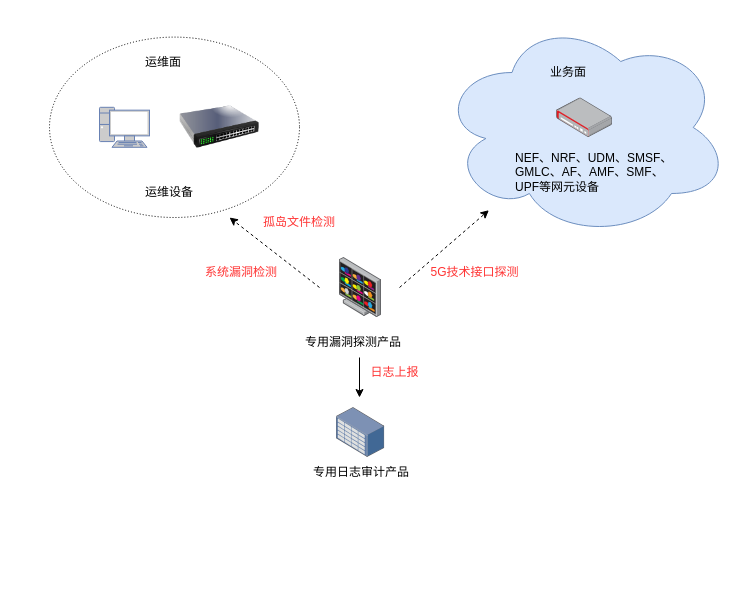
This is zerotrust.drawio from baibaip/diagrams, a draw.io file, before an edit. Source tidied: cells renumbered, new cells numbered last; positions are measured from the earlier drawing's top-left corner, leaving out a move shared by most shapes. Both pictures are drawn from the tidied source at 100%, with x=0, y=0 at pixel (49, 17). Pictures stored in the file or linked from it are replaced by grey dashed boxes.
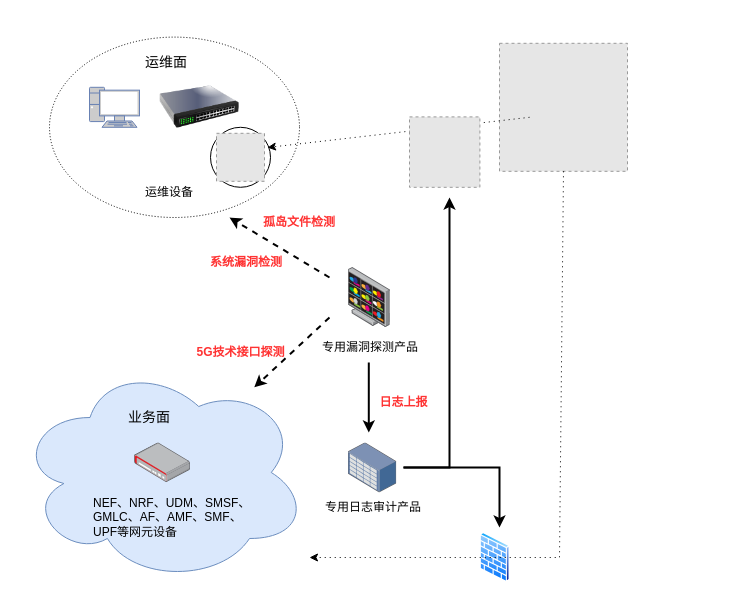
Above is the later version.

Change to the diagram source:
```diff
@@
     <mxCell id="2" style="ellipse;shape=cloud;whiteSpace=wrap;html=1;fillColor=#dae8fc;strokeColor=#6c8ebf;" parent="1" vertex="1">
-      <mxGeometry x="390" width="290" height="220" as="geometry" />
+      <mxGeometry x="-32" y="345" width="290" height="220" as="geometry" />
     </mxCell>
     <mxCell id="3" style="image;html=1;align=center;shadow=0;dashed=0;image=img/lib/allied_telesis/security/Router_VPN.svg;" parent="1" vertex="1">
-      <mxGeometry x="507.1" y="80.4" width="55.8" height="39.6" as="geometry" />
+      <mxGeometry x="85.1" y="425.4" width="55.8" height="39.6" as="geometry" />
     </mxCell>
     <mxCell id="4" value="NEF、NRF、UDM、SMSF、GMLC、AF、AMF、SMF、UPF等网元设备" style="text;strokeColor=none;fillColor=none;align=left;verticalAlign=middle;spacingLeft=4;spacingRight=4;overflow=hidden;whiteSpace=wrap;html=1;" parent="1" vertex="1">
-      <mxGeometry x="460" y="130" width="170" height="50" as="geometry" />
+      <mxGeometry x="38" y="475" width="170" height="50" as="geometry" />
     </mxCell>
@@
     <mxCell id="6" style="fontColor=#0066CC;verticalAlign=top;verticalLabelPosition=bottom;labelPosition=center;align=center;html=1;fillColor=#CCCCCC;strokeColor=#6881B3;gradientColor=none;gradientDirection=north;strokeWidth=2;shape=mxgraph.networks.pc;" parent="1" vertex="1">
-      <mxGeometry x="50" y="89.8" width="50" height="40" as="geometry" />
+      <mxGeometry x="40" y="69.8" width="50" height="40" as="geometry" />
     </mxCell>
     <mxCell id="7" style="image;html=1;image=img/lib/clip_art/networking/Switch_128x128.png;" parent="1" vertex="1">
-      <mxGeometry x="130" y="69.8" width="80" height="80" as="geometry" />
+      <mxGeometry x="110" y="49.8" width="80" height="80" as="geometry" />
     </mxCell>
@@
-    <mxCell id="9" value="运维面" style="text;strokeColor=none;fillColor=none;align=left;verticalAlign=middle;spacingLeft=4;spacingRight=4;overflow=hidden;whiteSpace=wrap;html=1;" parent="1" vertex="1">
+    <mxCell id="9" value="&lt;font style=&quot;font-size: 14px;&quot;&gt;运维面&lt;/font&gt;" style="text;strokeColor=none;fillColor=none;align=left;verticalAlign=middle;spacingLeft=4;spacingRight=4;overflow=hidden;whiteSpace=wrap;html=1;" parent="1" vertex="1">
       <mxGeometry x="90" y="30" width="80" height="30" as="geometry" />
     </mxCell>
-    <mxCell id="10" value="业务面" style="text;strokeColor=none;fillColor=none;align=left;verticalAlign=middle;spacingLeft=4;spacingRight=4;overflow=hidden;whiteSpace=wrap;html=1;" parent="1" vertex="1">
-      <mxGeometry x="495" y="39.8" width="80" height="30" as="geometry" />
+    <mxCell id="10" value="&lt;font style=&quot;font-size: 14px;&quot;&gt;业务面&lt;/font&gt;" style="text;strokeColor=none;fillColor=none;align=left;verticalAlign=middle;spacingLeft=4;spacingRight=4;overflow=hidden;whiteSpace=wrap;html=1;" parent="1" vertex="1">
+      <mxGeometry x="73" y="384.8" width="80" height="30" as="geometry" />
     </mxCell>
     <mxCell id="11" style="image;html=1;align=center;shadow=0;dashed=0;image=img/lib/allied_telesis/security/DVS_Surveillance_Monitor.svg;" parent="1" vertex="1">
-      <mxGeometry x="290" y="240" width="42" height="60" as="geometry" />
+      <mxGeometry x="298.8" y="250" width="42" height="60" as="geometry" />
     </mxCell>
     <mxCell id="12" value="专用漏洞探测产品" style="text;strokeColor=none;fillColor=none;align=left;verticalAlign=middle;spacingLeft=4;spacingRight=4;overflow=hidden;whiteSpace=wrap;html=1;" parent="1" vertex="1">
-      <mxGeometry x="250" y="310" width="106" height="30" as="geometry" />
+      <mxGeometry x="266.8" y="315" width="106" height="30" as="geometry" />
     </mxCell>
-    <mxCell id="13" style="endArrow=classic;html=1;rounded=0;dashed=1;" parent="1" edge="1" target="2">
-      <mxGeometry relative="1" as="geometry">
-        <mxPoint x="350" y="270" as="sourcePoint" />
-      </mxGeometry>
-    </mxCell>
-    <mxCell id="14" style="endArrow=classic;html=1;rounded=0;dashed=1;" parent="1" edge="1">
+    <mxCell id="14" style="endArrow=classic;html=1;rounded=0;dashed=1;strokeWidth=2;" parent="1" edge="1">
       <mxGeometry relative="1" as="geometry">
-        <mxPoint x="270" y="270" as="sourcePoint" />
+        <mxPoint x="280" y="260" as="sourcePoint" />
         <mxPoint x="180" y="200" as="targetPoint" />
       </mxGeometry>
     </mxCell>
-    <mxCell id="15" style="endArrow=classic;html=1;rounded=0;" parent="1" edge="1">
+    <mxCell id="15" style="endArrow=classic;html=1;rounded=0;strokeWidth=2;" parent="1" edge="1">
       <mxGeometry relative="1" as="geometry">
-        <mxPoint x="310" y="340" as="sourcePoint" />
-        <mxPoint x="310" y="380" as="targetPoint" />
+        <mxPoint x="319.3" y="345" as="sourcePoint" />
+        <mxPoint x="319.3" y="415" as="targetPoint" />
       </mxGeometry>
     </mxCell>
     <mxCell id="16" style="image;html=1;align=center;shadow=0;dashed=0;image=img/lib/allied_telesis/storage/Datacenter_Server_Storage_Unit_Large.svg;" parent="1" vertex="1">
-      <mxGeometry x="286.8" y="390" width="48.5" height="50" as="geometry" />
+      <mxGeometry x="298.8" y="425.4" width="48.5" height="50" as="geometry" />
     </mxCell>
     <mxCell id="17" value="专用日志审计产品" style="text;strokeColor=none;fillColor=none;align=left;verticalAlign=middle;spacingLeft=4;spacingRight=4;overflow=hidden;whiteSpace=wrap;html=1;" parent="1" vertex="1">
-      <mxGeometry x="258" y="440" width="106" height="30" as="geometry" />
+      <mxGeometry x="270" y="475.4" width="106" height="30" as="geometry" />
     </mxCell>
-    <mxCell id="18" value="&lt;font color=&quot;#ff3333&quot;&gt;孤岛文件检测&lt;/font&gt;" style="text;strokeColor=none;fillColor=none;align=left;verticalAlign=middle;spacingLeft=4;spacingRight=4;overflow=hidden;whiteSpace=wrap;html=1;" parent="1" vertex="1">
+    <mxCell id="18" value="&lt;font color=&quot;#ff3333&quot;&gt;孤岛文件检测&lt;/font&gt;" style="text;strokeColor=none;fillColor=none;align=left;verticalAlign=middle;spacingLeft=4;spacingRight=4;overflow=hidden;whiteSpace=wrap;html=1;fontStyle=1;" parent="1" vertex="1">
       <mxGeometry x="208" y="190" width="82" height="30" as="geometry" />
     </mxCell>
-    <mxCell id="19" value="&lt;font color=&quot;#ff3333&quot;&gt;系统漏洞检测&lt;/font&gt;" style="text;strokeColor=none;fillColor=none;align=left;verticalAlign=middle;spacingLeft=4;spacingRight=4;overflow=hidden;whiteSpace=wrap;html=1;" parent="1" vertex="1">
-      <mxGeometry x="150" y="240" width="82" height="30" as="geometry" />
+    <mxCell id="19" value="&lt;font color=&quot;#ff3333&quot;&gt;系统漏洞检测&lt;/font&gt;" style="text;strokeColor=none;fillColor=none;align=left;verticalAlign=middle;spacingLeft=4;spacingRight=4;overflow=hidden;whiteSpace=wrap;html=1;fontStyle=1;" parent="1" vertex="1">
+      <mxGeometry x="155" y="230" width="82" height="30" as="geometry" />
     </mxCell>
-    <mxCell id="20" value="&lt;font color=&quot;#ff3333&quot;&gt;5G技术接口探测&lt;/font&gt;" style="text;html=1;align=center;verticalAlign=middle;strokeColor=none;fillColor=none;" parent="1" vertex="1">
-      <mxGeometry x="370" y="240" width="110" height="30" as="geometry" />
+    <mxCell id="20" value="&lt;font color=&quot;#ff3333&quot;&gt;5G技术接口探测&lt;/font&gt;" style="text;html=1;align=center;verticalAlign=middle;strokeColor=none;fillColor=none;fontStyle=1;" parent="1" vertex="1">
+      <mxGeometry x="136" y="320" width="110" height="30" as="geometry" />
     </mxCell>
-    <mxCell id="21" value="&lt;font color=&quot;#ff3333&quot;&gt;日志上报&lt;/font&gt;" style="text;html=1;align=center;verticalAlign=middle;strokeColor=none;fillColor=none;" parent="1" vertex="1">
-      <mxGeometry x="310" y="340" width="70" height="30" as="geometry" />
+    <mxCell id="21" value="&lt;font color=&quot;#ff3333&quot;&gt;日志上报&lt;/font&gt;" style="text;html=1;align=center;verticalAlign=middle;strokeColor=none;fillColor=none;fontStyle=1;" parent="1" vertex="1">
+      <mxGeometry x="319" y="370" width="70" height="30" as="geometry" />
     </mxCell>
+    <mxCell id="22" style="endArrow=classic;html=1;rounded=0;dashed=1;strokeWidth=2;" parent="1" edge="1" target="2">
+      <mxGeometry relative="1" as="geometry">
+        <mxPoint x="280" y="300" as="sourcePoint" />
+      </mxGeometry>
+    </mxCell>
+    <mxCell id="23" style="ellipse;whiteSpace=wrap;html=1;" parent="1" vertex="1">
+      <mxGeometry x="161" y="109.8" width="60" height="60" as="geometry" />
+    </mxCell>
+    <mxCell id="24" style="fillColor=#E6E6E6;strokeColor=#999999;dashed=1;html=1;verticalAlign=top;verticalLabelPosition=bottom;labelBackgroundColor=#ffffff;" parent="1" vertex="1">
+      <mxGeometry x="167" y="115.8" width="48" height="48" as="geometry" />
+    </mxCell>
+    <mxCell id="25" style="fillColor=#E6E6E6;strokeColor=#999999;dashed=1;html=1;verticalAlign=top;verticalLabelPosition=bottom;labelBackgroundColor=#ffffff;" parent="1" vertex="1">
+      <mxGeometry x="450" y="25.8" width="128" height="128" as="geometry" />
+    </mxCell>
+    <mxCell id="26" style="endArrow=classic;html=1;rounded=0;entryX=0.95;entryY=0.337;entryDx=0;entryDy=0;entryPerimeter=0;dashed=1;dashPattern=1 4;" parent="1" edge="1" target="23">
+      <mxGeometry relative="1" as="geometry">
+        <mxPoint x="480" y="99.8" as="sourcePoint" />
+      </mxGeometry>
+    </mxCell>
+    <mxCell id="27" style="fillColor=#E6E6E6;strokeColor=#999999;dashed=1;html=1;verticalAlign=top;verticalLabelPosition=bottom;labelBackgroundColor=#ffffff;" parent="1" vertex="1">
+      <mxGeometry x="360" y="99.4" width="70.4" height="70.4" as="geometry" />
+    </mxCell>
+    <mxCell id="28" style="endArrow=classic;html=1;rounded=0;strokeWidth=2;" parent="1" edge="1">
+      <mxGeometry relative="1" as="geometry">
+        <mxPoint x="354" y="450" as="sourcePoint" />
+        <mxPoint x="400" y="180" as="targetPoint" />
+        <Array as="points">
+          <mxPoint x="400" y="450" />
+        </Array>
+      </mxGeometry>
+    </mxCell>
+    <mxCell id="29" style="image;perimeter=ellipsePerimeter;html=1;align=center;shadow=0;dashed=0;spacingTop=3;image=img/lib/active_directory/firewall.svg;" parent="1" vertex="1">
+      <mxGeometry x="430.4" y="515" width="30.5" height="50" as="geometry" />
+    </mxCell>
+    <mxCell id="30" style="endArrow=classic;html=1;rounded=0;exitX=0.5;exitY=1;exitDx=0;exitDy=0;dashed=1;dashPattern=1 4;" parent="1" edge="1" source="25">
+      <mxGeometry relative="1" as="geometry">
+        <mxPoint x="260" y="540" as="targetPoint" />
+        <Array as="points">
+          <mxPoint x="510" y="540" />
+        </Array>
+      </mxGeometry>
+    </mxCell>
+    <mxCell id="31" style="endArrow=classic;html=1;rounded=0;strokeWidth=2;" parent="1" edge="1">
+      <mxGeometry relative="1" as="geometry">
+        <mxPoint x="354" y="450" as="sourcePoint" />
+        <mxPoint x="450" y="510" as="targetPoint" />
+        <Array as="points">
+          <mxPoint x="450" y="450" />
+        </Array>
+      </mxGeometry>
+    </mxCell>
```
